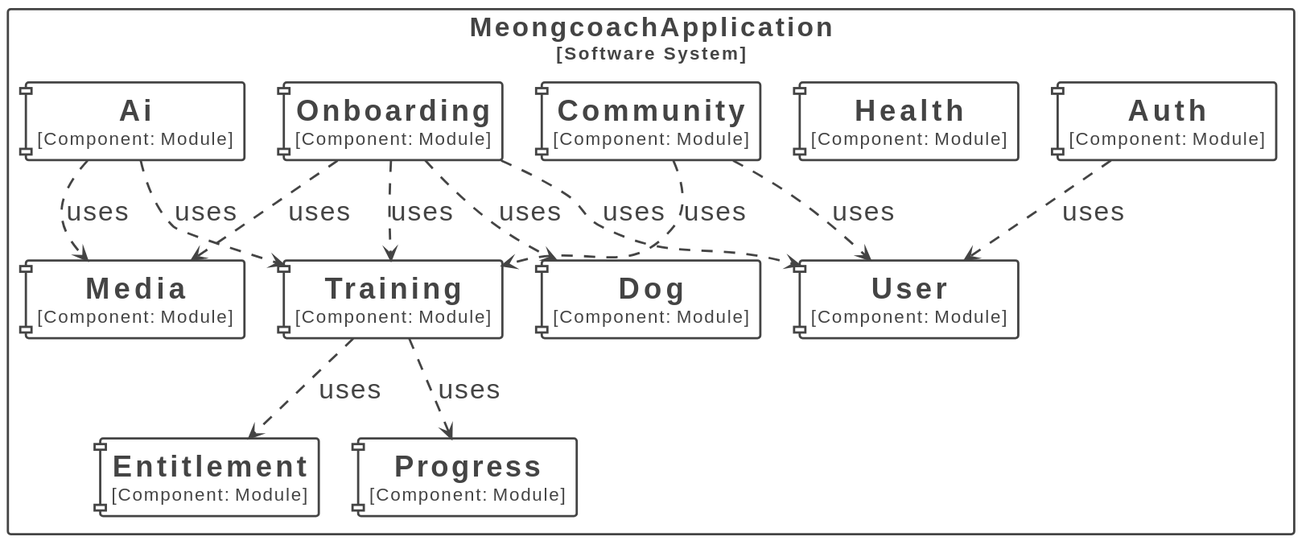
Above: docs/images/module-dependencies.svg in DaeSaBu/meongcoach-BE (PlantUML), before the change.
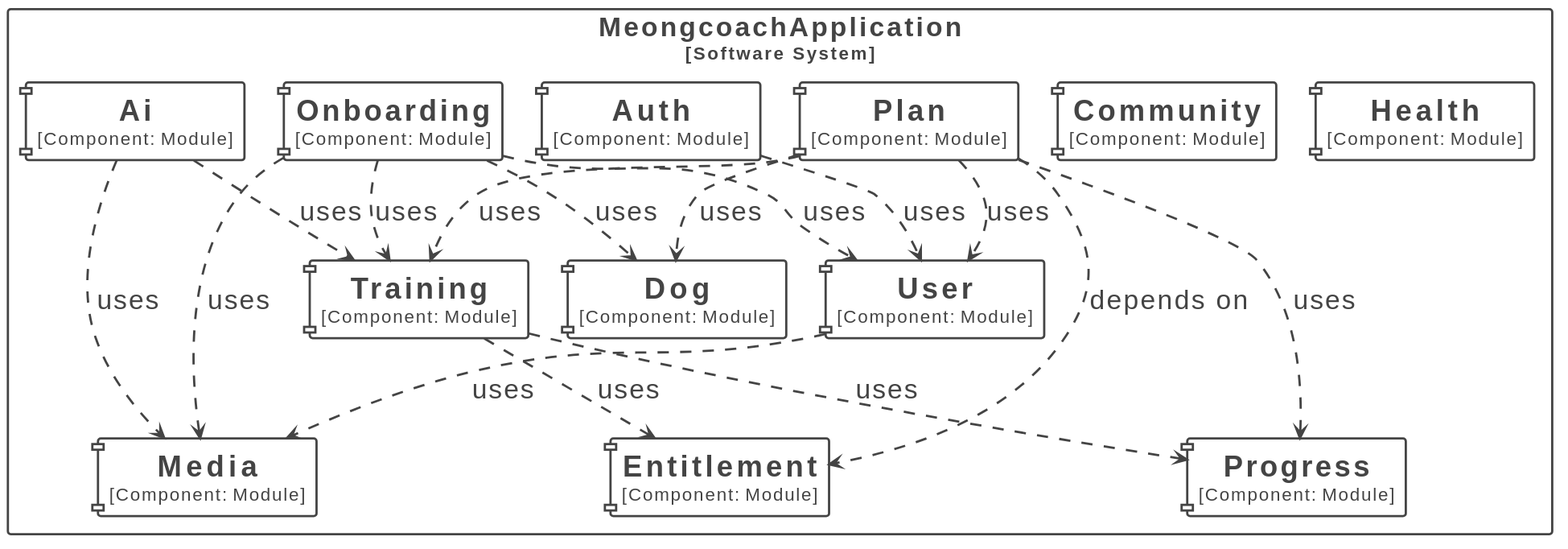
Above is the later version.

Change to the diagram source:
```diff
@@ -46,28 +46,33 @@
 </style>
 
 rectangle "MeongcoachApplication\n<size:16>[Software System]</size>" <<Boundary-TWVvbmdjb2FjaEFwcGxpY2F0aW9u>> {
-  component "==Training\n<size:16>[Component: Module]</size>" <<Element-RWxlbWVudCxDb21wb25lbnQ=>> as MeongcoachApplication.MeongcoachApplication.Training
+  component "==User\n<size:16>[Component: Module]</size>" <<Element-RWxlbWVudCxDb21wb25lbnQ=>> as MeongcoachApplication.MeongcoachApplication.User
   component "==Ai\n<size:16>[Component: Module]</size>" <<Element-RWxlbWVudCxDb21wb25lbnQ=>> as MeongcoachApplication.MeongcoachApplication.Ai
+  component "==Auth\n<size:16>[Component: Module]</size>" <<Element-RWxlbWVudCxDb21wb25lbnQ=>> as MeongcoachApplication.MeongcoachApplication.Auth
+  component "==Onboarding\n<size:16>[Component: Module]</size>" <<Element-RWxlbWVudCxDb21wb25lbnQ=>> as MeongcoachApplication.MeongcoachApplication.Onboarding
+  component "==Plan\n<size:16>[Component: Module]</size>" <<Element-RWxlbWVudCxDb21wb25lbnQ=>> as MeongcoachApplication.MeongcoachApplication.Plan
   component "==Community\n<size:16>[Component: Module]</size>" <<Element-RWxlbWVudCxDb21wb25lbnQ=>> as MeongcoachApplication.MeongcoachApplication.Community
-  component "==Onboarding\n<size:16>[Component: Module]</size>" <<Element-RWxlbWVudCxDb21wb25lbnQ=>> as MeongcoachApplication.MeongcoachApplication.Onboarding
   component "==Dog\n<size:16>[Component: Module]</size>" <<Element-RWxlbWVudCxDb21wb25lbnQ=>> as MeongcoachApplication.MeongcoachApplication.Dog
   component "==Entitlement\n<size:16>[Component: Module]</size>" <<Element-RWxlbWVudCxDb21wb25lbnQ=>> as MeongcoachApplication.MeongcoachApplication.Entitlement
   component "==Health\n<size:16>[Component: Module]</size>" <<Element-RWxlbWVudCxDb21wb25lbnQ=>> as MeongcoachApplication.MeongcoachApplication.Health
   component "==Media\n<size:16>[Component: Module]</size>" <<Element-RWxlbWVudCxDb21wb25lbnQ=>> as MeongcoachApplication.MeongcoachApplication.Media
   component "==Progress\n<size:16>[Component: Module]</size>" <<Element-RWxlbWVudCxDb21wb25lbnQ=>> as MeongcoachApplication.MeongcoachApplication.Progress
-  component "==User\n<size:16>[Component: Module]</size>" <<Element-RWxlbWVudCxDb21wb25lbnQ=>> as MeongcoachApplication.MeongcoachApplication.User
-  component "==Auth\n<size:16>[Component: Module]</size>" <<Element-RWxlbWVudCxDb21wb25lbnQ=>> as MeongcoachApplication.MeongcoachApplication.Auth
+  component "==Training\n<size:16>[Component: Module]</size>" <<Element-RWxlbWVudCxDb21wb25lbnQ=>> as MeongcoachApplication.MeongcoachApplication.Training
 }
 
-MeongcoachApplication.MeongcoachApplication.Community --> MeongcoachApplication.MeongcoachApplication.User <<Relationship-UmVsYXRpb25zaGlw>> : "uses"
-MeongcoachApplication.MeongcoachApplication.Community --> MeongcoachApplication.MeongcoachApplication.Training <<Relationship-UmVsYXRpb25zaGlw>> : "uses"
+MeongcoachApplication.MeongcoachApplication.User --> MeongcoachApplication.MeongcoachApplication.Media <<Relationship-UmVsYXRpb25zaGlw>> : "uses"
 MeongcoachApplication.MeongcoachApplication.Training --> MeongcoachApplication.MeongcoachApplication.Progress <<Relationship-UmVsYXRpb25zaGlw>> : "uses"
 MeongcoachApplication.MeongcoachApplication.Training --> MeongcoachApplication.MeongcoachApplication.Entitlement <<Relationship-UmVsYXRpb25zaGlw>> : "uses"
 MeongcoachApplication.MeongcoachApplication.Ai --> MeongcoachApplication.MeongcoachApplication.Training <<Relationship-UmVsYXRpb25zaGlw>> : "uses"
 MeongcoachApplication.MeongcoachApplication.Ai --> MeongcoachApplication.MeongcoachApplication.Media <<Relationship-UmVsYXRpb25zaGlw>> : "uses"
+MeongcoachApplication.MeongcoachApplication.Plan --> MeongcoachApplication.MeongcoachApplication.Entitlement <<Relationship-UmVsYXRpb25zaGlw>> : "depends on"
+MeongcoachApplication.MeongcoachApplication.Plan --> MeongcoachApplication.MeongcoachApplication.Training <<Relationship-UmVsYXRpb25zaGlw>> : "uses"
+MeongcoachApplication.MeongcoachApplication.Plan --> MeongcoachApplication.MeongcoachApplication.Progress <<Relationship-UmVsYXRpb25zaGlw>> : "uses"
+MeongcoachApplication.MeongcoachApplication.Plan --> MeongcoachApplication.MeongcoachApplication.User <<Relationship-UmVsYXRpb25zaGlw>> : "uses"
+MeongcoachApplication.MeongcoachApplication.Plan --> MeongcoachApplication.MeongcoachApplication.Dog <<Relationship-UmVsYXRpb25zaGlw>> : "uses"
+MeongcoachApplication.MeongcoachApplication.Auth --> MeongcoachApplication.MeongcoachApplication.User <<Relationship-UmVsYXRpb25zaGlw>> : "uses"
 MeongcoachApplication.MeongcoachApplication.Onboarding --> MeongcoachApplication.MeongcoachApplication.User <<Relationship-UmVsYXRpb25zaGlw>> : "uses"
 MeongcoachApplication.MeongcoachApplication.Onboarding --> MeongcoachApplication.MeongcoachApplication.Dog <<Relationship-UmVsYXRpb25zaGlw>> : "uses"
 MeongcoachApplication.MeongcoachApplication.Onboarding --> MeongcoachApplication.MeongcoachApplication.Media <<Relationship-UmVsYXRpb25zaGlw>> : "uses"
 MeongcoachApplication.MeongcoachApplication.Onboarding --> MeongcoachApplication.MeongcoachApplication.Training <<Relationship-UmVsYXRpb25zaGlw>> : "uses"
-MeongcoachApplication.MeongcoachApplication.Auth --> MeongcoachApplication.MeongcoachApplication.User <<Relationship-UmVsYXRpb25zaGlw>> : "uses"
 @enduml
```
